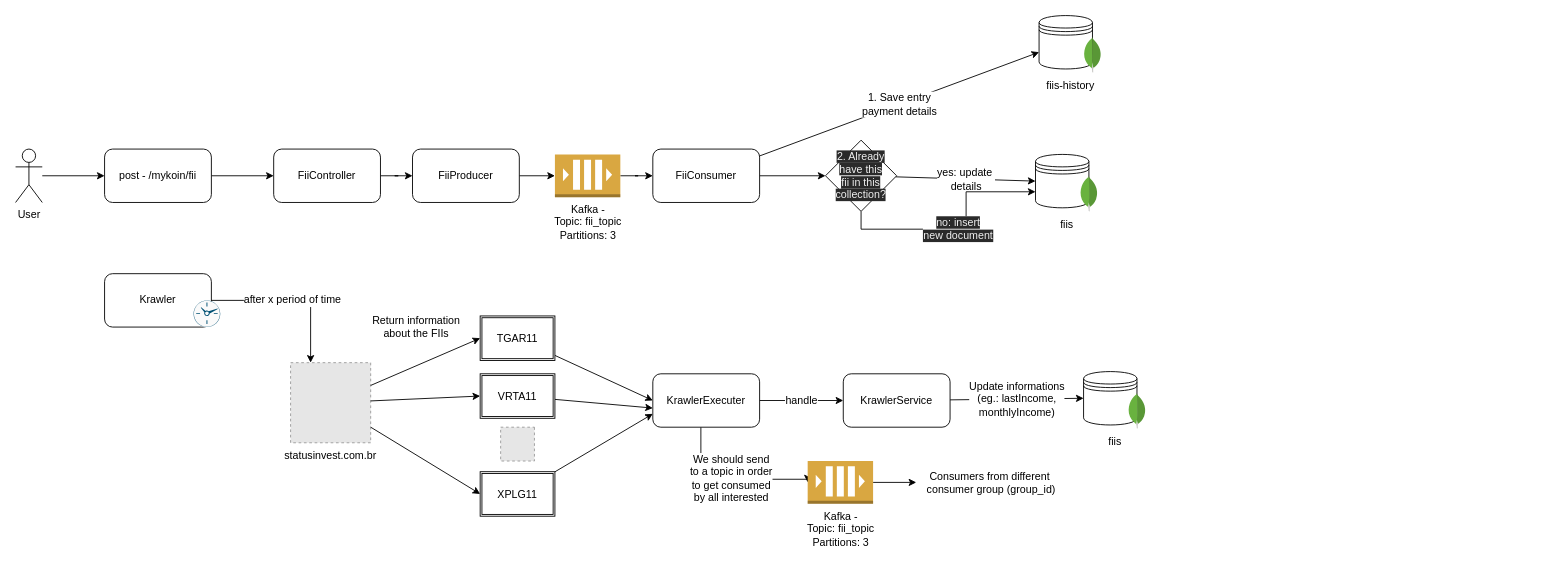
Before: page "FII" (2 of 2) of my-koin.drawio in Ebrunassi/my-koin, a draw.io diagram. Source tidied: cells renumbered, new cells numbered last; positions are measured from the earlier drawing's top-left corner, leaving out a move shared by most shapes. Both pictures are drawn from the tidied source at 89%, with x=0, y=0 at pixel (15, 15). Pictures stored in the file or linked from it are replaced by grey dashed boxes.
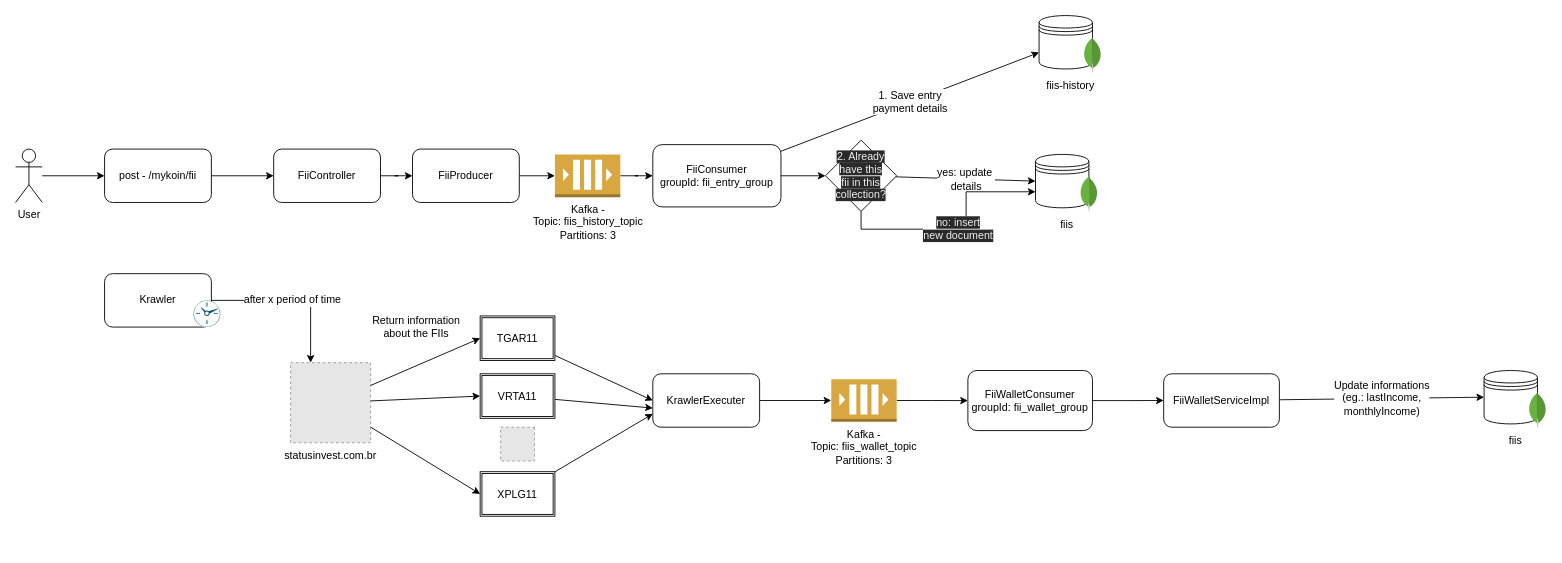
The same diagram, later.

Unchanged cells that the change refers to:
```xml
<mxCell id="49" value="KrawlerExecuter" style="rounded=1;whiteSpace=wrap;html=1;" parent="1" vertex="1">
  <mxGeometry x="716" y="402.5" width="120" height="60" as="geometry" />
</mxCell>
```

The edit, as a diff of the source:
```diff
@@
-    <mxCell id="7" value="Kafka - &lt;br&gt;Topic: fii_topic&lt;br&gt;Partitions: 3" style="outlineConnect=0;dashed=0;verticalLabelPosition=bottom;verticalAlign=top;align=center;html=1;shape=mxgraph.aws3.queue;fillColor=#D9A741;gradientColor=none;" parent="1" vertex="1">
+    <mxCell id="7" value="Kafka - &lt;br&gt;Topic: fiis_history_topic&lt;br&gt;Partitions: 3" style="outlineConnect=0;dashed=0;verticalLabelPosition=bottom;verticalAlign=top;align=center;html=1;shape=mxgraph.aws3.queue;fillColor=#D9A741;gradientColor=none;" parent="1" vertex="1">
       <mxGeometry x="606" y="156" width="73.5" height="48" as="geometry" />
     </mxCell>
@@
-    <mxCell id="14" value="FiiConsumer" style="rounded=1;whiteSpace=wrap;html=1;" parent="1" vertex="1">
-      <mxGeometry x="716" y="150" width="120" height="60" as="geometry" />
+    <mxCell id="14" value="FiiConsumer&lt;br&gt;groupId: fii_entry_group" style="rounded=1;whiteSpace=wrap;html=1;" parent="1" vertex="1">
+      <mxGeometry x="716" y="145" width="144" height="70" as="geometry" />
     </mxCell>
@@
-    <mxCell id="47" value="handle" style="edgeStyle=none;rounded=0;jettySize=auto;html=1;entryX=0;entryY=0.5;entryDx=0;entryDy=0;fontSize=12;" parent="1" edge="1" source="49" target="51">
-      <mxGeometry relative="1" as="geometry" />
-    </mxCell>
-    <mxCell id="48" value="We should send&lt;br&gt;to a topic in order&lt;br&gt;to get consumed &lt;br&gt;by all interested" style="edgeStyle=orthogonalEdgeStyle;rounded=0;jettySize=auto;html=1;entryX=0;entryY=0.5;entryDx=0;entryDy=0;entryPerimeter=0;fontSize=12;" parent="1" edge="1" source="49" target="58">
-      <mxGeometry relative="1" as="geometry">
-        <Array as="points">
-          <mxPoint x="770" y="520" />
-          <mxPoint x="830" y="520" />
-          <mxPoint x="830" y="521" />
-        </Array>
-      </mxGeometry>
+    <mxCell id="48" style="edgeStyle=orthogonalEdgeStyle;rounded=0;jettySize=auto;html=1;entryX=0;entryY=0.5;entryDx=0;entryDy=0;entryPerimeter=0;" parent="1" edge="1" source="49" target="58">
+      <mxGeometry relative="1" as="geometry" />
     </mxCell>
@@
-    <mxCell id="51" value="KrawlerService" style="rounded=1;whiteSpace=wrap;html=1;" parent="1" vertex="1">
-      <mxGeometry x="930" y="402.5" width="120" height="60" as="geometry" />
+    <mxCell id="51" value="FiiWalletServiceImpl" style="rounded=1;whiteSpace=wrap;html=1;" parent="1" vertex="1">
+      <mxGeometry x="1290" y="402.5" width="130" height="60" as="geometry" />
     </mxCell>
     <mxCell id="52" style="group;" parent="1" vertex="1">
-      <mxGeometry x="1200" y="400" width="70" height="94" as="geometry" />
+      <mxGeometry x="1650" y="398.8" width="70" height="94" as="geometry" />
     </mxCell>
@@
-    <mxCell id="57" style="edgeStyle=orthogonalEdgeStyle;rounded=0;jettySize=auto;html=1;entryX=0.006;entryY=0.488;entryDx=0;entryDy=0;entryPerimeter=0;fontSize=12;" parent="1" edge="1" source="58" target="59">
-      <mxGeometry relative="1" as="geometry" />
-    </mxCell>
+    <mxCell id="60" style="edgeStyle=orthogonalEdgeStyle;rounded=0;jettySize=auto;html=1;" parent="1" edge="1" source="58" target="62">
+      <mxGeometry relative="1" as="geometry" />
+    </mxCell>
-    <mxCell id="58" value="Kafka - &lt;br&gt;Topic: fii_topic&lt;br&gt;Partitions: 3" style="outlineConnect=0;dashed=0;verticalLabelPosition=bottom;verticalAlign=top;align=center;html=1;shape=mxgraph.aws3.queue;fillColor=#D9A741;gradientColor=none;" parent="1" vertex="1">
-      <mxGeometry x="890" y="500.5" width="73.5" height="48" as="geometry" />
+    <mxCell id="58" value="Kafka - &lt;br&gt;Topic: fiis_wallet_topic&lt;br&gt;Partitions: 3" style="outlineConnect=0;dashed=0;verticalLabelPosition=bottom;verticalAlign=top;align=center;html=1;shape=mxgraph.aws3.queue;fillColor=#D9A741;gradientColor=none;" parent="1" vertex="1">
+      <mxGeometry x="916.5" y="408.5" width="73.5" height="48" as="geometry" />
     </mxCell>
-    <mxCell id="59" value="Consumers from different&amp;nbsp;&lt;br&gt;consumer group (group_id)" style="text;html=1;align=center;verticalAlign=middle;points=[];strokeColor=none;fillColor=none;fontSize=12;" parent="1" vertex="1">
-      <mxGeometry x="1011" y="505" width="170" height="40" as="geometry" />
-    </mxCell>
+    <mxCell id="61" style="edgeStyle=orthogonalEdgeStyle;rounded=0;jettySize=auto;html=1;" parent="1" edge="1" source="62" target="51">
+      <mxGeometry relative="1" as="geometry" />
+    </mxCell>
+    <mxCell id="62" value="FiiWalletConsumer&lt;br&gt;groupId: fii_wallet_group" style="rounded=1;whiteSpace=wrap;html=1;" parent="1" vertex="1">
+      <mxGeometry x="1070" y="398.8" width="140" height="67.5" as="geometry" />
+    </mxCell>
```
